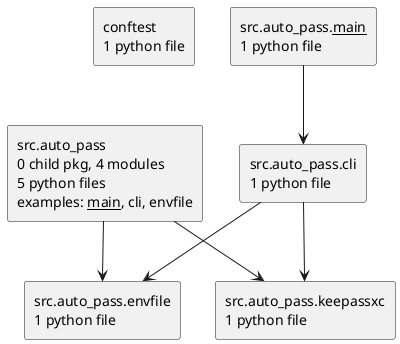
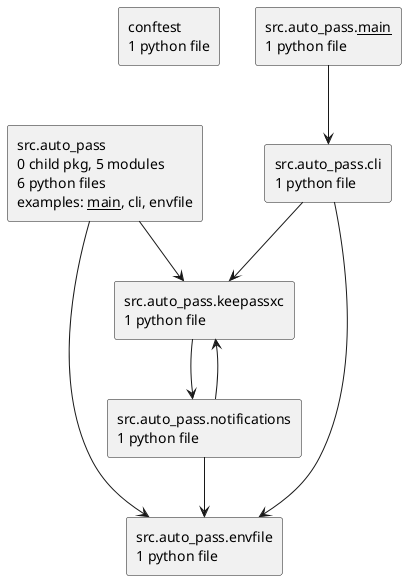
@startuml packages_auto-pass
set namespaceSeparator none
top to bottom direction
skinparam componentStyle rectangle
rectangle "conftest\n1 python file" as conftest
- rectangle "src.auto_pass\n0 child pkg, 4 modules\n5 python files\nexamples: __main__, cli, envfile" as src.auto_pass
+ rectangle "src.auto_pass\n0 child pkg, 5 modules\n6 python files\nexamples: __main__, cli, envfile" as src.auto_pass
rectangle "src.auto_pass.__main__\n1 python file" as src.auto_pass.__main__
rectangle "src.auto_pass.cli\n1 python file" as src.auto_pass.cli
rectangle "src.auto_pass.envfile\n1 python file" as src.auto_pass.envfile
rectangle "src.auto_pass.keepassxc\n1 python file" as src.auto_pass.keepassxc
+ rectangle "src.auto_pass.notifications\n1 python file" as src.auto_pass.notifications
src.auto_pass --> src.auto_pass.envfile
src.auto_pass --> src.auto_pass.keepassxc
src.auto_pass.__main__ --> src.auto_pass.cli
src.auto_pass.cli --> src.auto_pass.envfile
src.auto_pass.cli --> src.auto_pass.keepassxc
+ src.auto_pass.keepassxc --> src.auto_pass.notifications
+ src.auto_pass.notifications --> src.auto_pass.envfile
+ src.auto_pass.notifications --> src.auto_pass.keepassxc
@enduml
